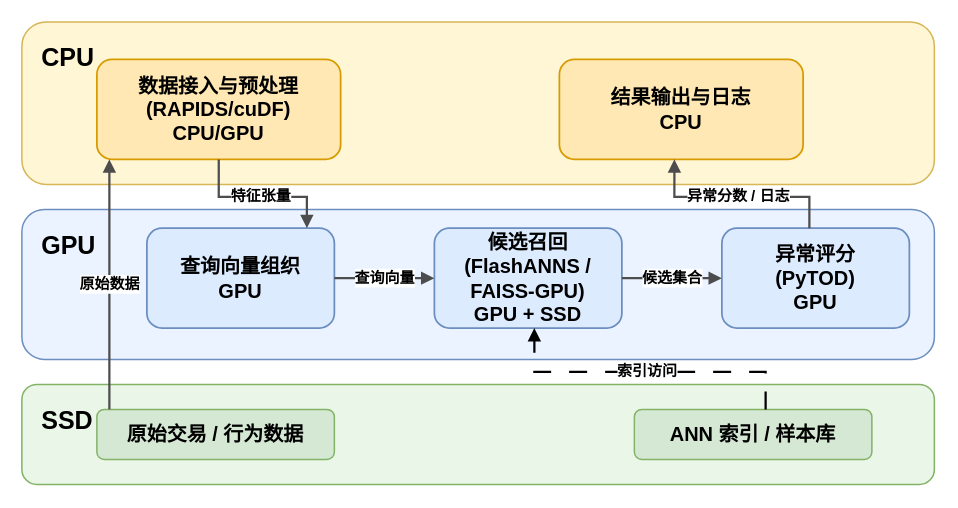
This is figures/fig4_1_single_gpu_system_architecture.drawio from HuangEven/latex-template, a draw.io file, before an edit. Source tidied: cells renumbered, new cells numbered last; positions are measured from the earlier drawing's top-left corner, leaving out a move shared by most shapes. Both pictures are drawn from the tidied source at 125%, with x=0, y=0 at pixel (21, 21).
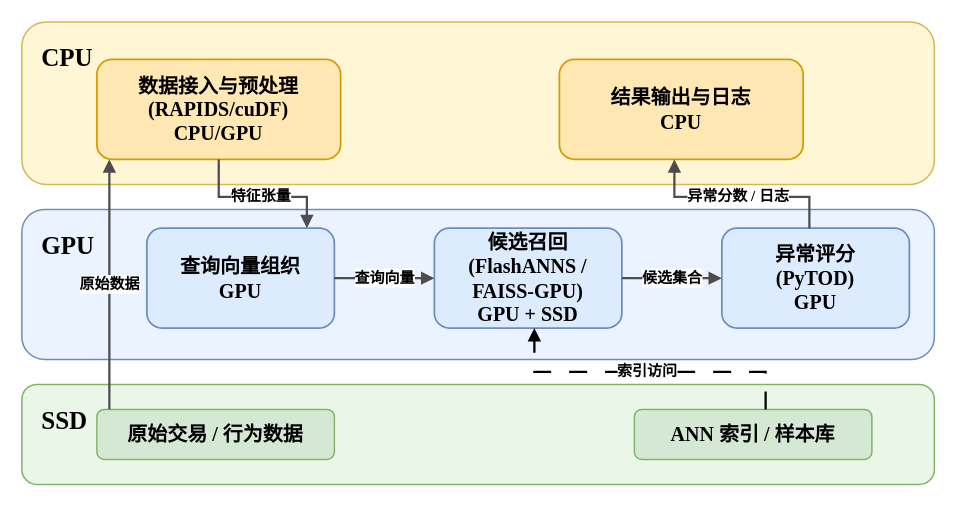
The same page after the edit.

What changed in the source:
```diff
@@
-    <mxCell id="2" value="CPU" style="rounded=1;whiteSpace=wrap;html=1;align=left;verticalAlign=top;spacingLeft=14;spacingTop=10;fontStyle=1;fontSize=20;fillColor=#FFF6D5;strokeColor=#D6B656;strokeWidth=1.2;fontFamily=Helvetica;fontColor=#000000;" parent="1" vertex="1">
+    <mxCell id="2" value="CPU" style="rounded=1;whiteSpace=wrap;html=1;align=left;verticalAlign=top;spacingLeft=14;spacingTop=10;fontStyle=1;fontSize=20;fillColor=#FFF6D5;strokeColor=#D6B656;strokeWidth=1.2;fontFamily=Times New Roman;fontColor=#000000;" parent="1" vertex="1">
       <mxGeometry width="730" height="130" as="geometry" />
     </mxCell>
-    <mxCell id="3" value="GPU" style="rounded=1;whiteSpace=wrap;html=1;align=left;verticalAlign=top;spacingLeft=14;spacingTop=10;fontStyle=1;fontSize=20;fillColor=#EAF3FF;strokeColor=#6C8EBF;strokeWidth=1.2;fontFamily=Helvetica;fontColor=#000000;" parent="1" vertex="1">
+    <mxCell id="3" value="GPU" style="rounded=1;whiteSpace=wrap;html=1;align=left;verticalAlign=top;spacingLeft=14;spacingTop=10;fontStyle=1;fontSize=20;fillColor=#EAF3FF;strokeColor=#6C8EBF;strokeWidth=1.2;fontFamily=Times New Roman;fontColor=#000000;" parent="1" vertex="1">
       <mxGeometry y="150" width="730" height="120" as="geometry" />
     </mxCell>
-    <mxCell id="4" value="SSD" style="rounded=1;whiteSpace=wrap;html=1;align=left;verticalAlign=top;spacingLeft=14;spacingTop=10;fontStyle=1;fontSize=20;fillColor=#EAF7E8;strokeColor=#82B366;strokeWidth=1.2;fontFamily=Helvetica;fontColor=#000000;" parent="1" vertex="1">
+    <mxCell id="4" value="SSD" style="rounded=1;whiteSpace=wrap;html=1;align=left;verticalAlign=top;spacingLeft=14;spacingTop=10;fontStyle=1;fontSize=20;fillColor=#EAF7E8;strokeColor=#82B366;strokeWidth=1.2;fontFamily=Times New Roman;fontColor=#000000;" parent="1" vertex="1">
       <mxGeometry y="290" width="730" height="80" as="geometry" />
     </mxCell>
-    <mxCell id="5" value="&lt;span&gt;数据接入与预处理&lt;/span&gt;&lt;br&gt;(RAPIDS/cuDF)&lt;br&gt;&lt;font&gt;CPU/GPU&lt;/font&gt;" style="rounded=1;whiteSpace=wrap;html=1;align=center;verticalAlign=middle;fontSize=16;fillColor=#FFE8B3;strokeColor=#D79B00;strokeWidth=1.4;fontFamily=Helvetica;rotation=0;fontColor=#000000;fontStyle=1;" parent="1" vertex="1">
+    <mxCell id="5" value="&lt;span&gt;数据接入与预处理&lt;/span&gt;&lt;br&gt;(RAPIDS/cuDF)&lt;br&gt;&lt;font&gt;CPU/GPU&lt;/font&gt;" style="rounded=1;whiteSpace=wrap;html=1;align=center;verticalAlign=middle;fontSize=16;fillColor=#FFE8B3;strokeColor=#D79B00;strokeWidth=1.4;fontFamily=Times New Roman;rotation=0;fontColor=#000000;fontStyle=1;" parent="1" vertex="1">
       <mxGeometry x="60" y="30" width="195" height="80" as="geometry" />
     </mxCell>
-    <mxCell id="6" value="&lt;span&gt;结果输出与日志&lt;/span&gt;&lt;br&gt;&lt;font&gt;CPU&lt;/font&gt;" style="rounded=1;whiteSpace=wrap;html=1;align=center;verticalAlign=middle;fontSize=16;fillColor=#FFE8B3;strokeColor=#D79B00;strokeWidth=1.4;fontFamily=Helvetica;rotation=0;fontColor=#000000;fontStyle=1;" parent="1" vertex="1">
+    <mxCell id="6" value="&lt;span&gt;结果输出与日志&lt;/span&gt;&lt;br&gt;&lt;font&gt;CPU&lt;/font&gt;" style="rounded=1;whiteSpace=wrap;html=1;align=center;verticalAlign=middle;fontSize=16;fillColor=#FFE8B3;strokeColor=#D79B00;strokeWidth=1.4;fontFamily=Times New Roman;rotation=0;fontColor=#000000;fontStyle=1;" parent="1" vertex="1">
       <mxGeometry x="430" y="30" width="195" height="80" as="geometry" />
     </mxCell>
-    <mxCell id="7" value="&lt;span&gt;查询向量组织&lt;/span&gt;&lt;br&gt;&lt;font&gt;GPU&lt;/font&gt;" style="rounded=1;whiteSpace=wrap;html=1;align=center;verticalAlign=middle;fontSize=16;fillColor=#DDEBFF;strokeColor=#6C8EBF;strokeWidth=1.4;fontFamily=Helvetica;fontColor=#000000;fontStyle=1;rotation=0;" parent="1" vertex="1">
+    <mxCell id="7" value="&lt;span&gt;查询向量组织&lt;/span&gt;&lt;br&gt;&lt;font&gt;GPU&lt;/font&gt;" style="rounded=1;whiteSpace=wrap;html=1;align=center;verticalAlign=middle;fontSize=16;fillColor=#DDEBFF;strokeColor=#6C8EBF;strokeWidth=1.4;fontFamily=Times New Roman;fontColor=#000000;fontStyle=1;rotation=0;" parent="1" vertex="1">
       <mxGeometry x="100" y="165" width="150" height="80" as="geometry" />
     </mxCell>
-    <mxCell id="8" value="&lt;span&gt;候选召回&lt;/span&gt;&lt;br&gt;(FlashANNS / FAISS-GPU)&lt;br&gt;&lt;font&gt;GPU + SSD&lt;/font&gt;" style="rounded=1;whiteSpace=wrap;html=1;align=center;verticalAlign=middle;fontSize=16;fillColor=#DDEBFF;strokeColor=#6C8EBF;strokeWidth=1.4;fontFamily=Helvetica;fontColor=#000000;fontStyle=1;rotation=0;" parent="1" vertex="1">
+    <mxCell id="8" value="&lt;span&gt;候选召回&lt;/span&gt;&lt;br&gt;(FlashANNS / FAISS-GPU)&lt;br&gt;&lt;font&gt;GPU + SSD&lt;/font&gt;" style="rounded=1;whiteSpace=wrap;html=1;align=center;verticalAlign=middle;fontSize=16;fillColor=#DDEBFF;strokeColor=#6C8EBF;strokeWidth=1.4;fontFamily=Times New Roman;fontColor=#000000;fontStyle=1;rotation=0;" parent="1" vertex="1">
       <mxGeometry x="330" y="165" width="150" height="80" as="geometry" />
     </mxCell>
-    <mxCell id="9" value="&lt;span&gt;异常评分&lt;/span&gt;&lt;br&gt;(PyTOD)&lt;br&gt;&lt;font&gt;GPU&lt;/font&gt;" style="rounded=1;whiteSpace=wrap;html=1;align=center;verticalAlign=middle;fontSize=16;fillColor=#DDEBFF;strokeColor=#6C8EBF;strokeWidth=1.4;fontFamily=Helvetica;fontColor=#000000;fontStyle=1;rotation=0;" parent="1" vertex="1">
+    <mxCell id="9" value="&lt;span&gt;异常评分&lt;/span&gt;&lt;br&gt;(PyTOD)&lt;br&gt;&lt;font&gt;GPU&lt;/font&gt;" style="rounded=1;whiteSpace=wrap;html=1;align=center;verticalAlign=middle;fontSize=16;fillColor=#DDEBFF;strokeColor=#6C8EBF;strokeWidth=1.4;fontFamily=Times New Roman;fontColor=#000000;fontStyle=1;rotation=0;" parent="1" vertex="1">
       <mxGeometry x="560" y="165" width="150" height="80" as="geometry" />
     </mxCell>
-    <mxCell id="10" value="原始交易 / 行为数据" style="rounded=1;whiteSpace=wrap;html=1;align=center;verticalAlign=middle;fontSize=16;fillColor=#D5E8D4;strokeColor=#82B366;strokeWidth=1.2;fontFamily=Helvetica;fontColor=#000000;fontStyle=1;" parent="1" vertex="1">
+    <mxCell id="10" value="原始交易 / 行为数据" style="rounded=1;whiteSpace=wrap;html=1;align=center;verticalAlign=middle;fontSize=16;fillColor=#D5E8D4;strokeColor=#82B366;strokeWidth=1.2;fontFamily=Times New Roman;fontColor=#000000;fontStyle=1;" parent="1" vertex="1">
       <mxGeometry x="60" y="310" width="190" height="40" as="geometry" />
     </mxCell>
-    <mxCell id="11" value="ANN 索引 / 样本库" style="rounded=1;whiteSpace=wrap;html=1;align=center;verticalAlign=middle;fontSize=16;fillColor=#D5E8D4;strokeColor=#82B366;strokeWidth=1.2;fontFamily=Helvetica;fontColor=#000000;fontStyle=1;" parent="1" vertex="1">
+    <mxCell id="11" value="ANN 索引 / 样本库" style="rounded=1;whiteSpace=wrap;html=1;align=center;verticalAlign=middle;fontSize=16;fillColor=#D5E8D4;strokeColor=#82B366;strokeWidth=1.2;fontFamily=Times New Roman;fontColor=#000000;fontStyle=1;" parent="1" vertex="1">
       <mxGeometry x="490" y="310" width="190" height="40" as="geometry" />
     </mxCell>
-    <mxCell id="12" value="原始数据" style="edgeStyle=orthogonalEdgeStyle;rounded=0;orthogonalLoop=1;jettySize=auto;html=1;strokeWidth=1.8;strokeColor=#4D4D4D;endArrow=block;endFill=1;labelBackgroundColor=#FFFFFF;fontSize=12;fontFamily=Helvetica;fontColor=#000000;fontStyle=1;" parent="1" edge="1">
+    <mxCell id="12" value="原始数据" style="edgeStyle=orthogonalEdgeStyle;rounded=0;orthogonalLoop=1;jettySize=auto;html=1;strokeWidth=1.8;strokeColor=#4D4D4D;endArrow=block;endFill=1;labelBackgroundColor=#FFFFFF;fontSize=12;fontFamily=Times New Roman;fontColor=#000000;fontStyle=1;" parent="1" edge="1">
       <mxGeometry relative="1" as="geometry">
         <mxPoint x="70" y="310" as="sourcePoint" />
         <mxPoint x="70" y="110" as="targetPoint" />
         <Array as="points">
           <mxPoint x="70" y="220" />
           <mxPoint x="70" y="220" />
         </Array>
       </mxGeometry>
     </mxCell>
-    <mxCell id="13" value="特征张量" style="edgeStyle=orthogonalEdgeStyle;rounded=0;jettySize=auto;html=1;strokeWidth=1.8;strokeColor=#4D4D4D;endArrow=block;endFill=1;labelBackgroundColor=#FFFFFF;fontSize=12;fontFamily=Helvetica;fontColor=#000000;fontStyle=1;" parent="1" edge="1" source="5" target="7">
+    <mxCell id="13" value="特征张量" style="edgeStyle=orthogonalEdgeStyle;rounded=0;jettySize=auto;html=1;strokeWidth=1.8;strokeColor=#4D4D4D;endArrow=block;endFill=1;labelBackgroundColor=#FFFFFF;fontSize=12;fontFamily=Times New Roman;fontColor=#000000;fontStyle=1;" parent="1" edge="1" source="5" target="7">
       <mxGeometry relative="1" as="geometry">
         <Array as="points">
           <mxPoint x="158" y="140" />
           <mxPoint x="228" y="140" />
         </Array>
       </mxGeometry>
     </mxCell>
-    <mxCell id="14" value="查询向量" style="edgeStyle=orthogonalEdgeStyle;rounded=0;jettySize=auto;html=1;strokeWidth=1.8;strokeColor=#4D4D4D;endArrow=block;endFill=1;labelBackgroundColor=#FFFFFF;fontSize=12;fontFamily=Helvetica;fontColor=#000000;fontStyle=1;" parent="1" edge="1" source="7" target="8">
+    <mxCell id="14" value="查询向量" style="edgeStyle=orthogonalEdgeStyle;rounded=0;jettySize=auto;html=1;strokeWidth=1.8;strokeColor=#4D4D4D;endArrow=block;endFill=1;labelBackgroundColor=#FFFFFF;fontSize=12;fontFamily=Times New Roman;fontColor=#000000;fontStyle=1;" parent="1" edge="1" source="7" target="8">
       <mxGeometry relative="1" as="geometry" />
     </mxCell>
-    <mxCell id="15" value="索引访问" style="edgeStyle=orthogonalEdgeStyle;rounded=0;jettySize=auto;html=1;strokeWidth=1.8;strokeColor=#000000;dashed=1;dashPattern=8 8;endArrow=block;endFill=1;labelBackgroundColor=#FFFFFF;fontSize=12;fontFamily=Helvetica;fontColor=#000000;fontStyle=1;" parent="1" edge="1" source="11" target="8">
+    <mxCell id="15" value="索引访问" style="edgeStyle=orthogonalEdgeStyle;rounded=0;jettySize=auto;html=1;strokeWidth=1.8;strokeColor=#000000;dashed=1;dashPattern=8 8;endArrow=block;endFill=1;labelBackgroundColor=#FFFFFF;fontSize=12;fontFamily=Times New Roman;fontColor=#000000;fontStyle=1;" parent="1" edge="1" source="11" target="8">
       <mxGeometry relative="1" as="geometry">
         <Array as="points">
           <mxPoint x="595" y="280" />
           <mxPoint x="410" y="280" />
         </Array>
       </mxGeometry>
     </mxCell>
-    <mxCell id="16" value="候选集合" style="edgeStyle=orthogonalEdgeStyle;rounded=0;jettySize=auto;html=1;strokeWidth=1.8;strokeColor=#4D4D4D;endArrow=block;endFill=1;labelBackgroundColor=#FFFFFF;fontSize=12;fontFamily=Helvetica;fontColor=#000000;fontStyle=1;" parent="1" edge="1" source="8" target="9">
+    <mxCell id="16" value="候选集合" style="edgeStyle=orthogonalEdgeStyle;rounded=0;jettySize=auto;html=1;strokeWidth=1.8;strokeColor=#4D4D4D;endArrow=block;endFill=1;labelBackgroundColor=#FFFFFF;fontSize=12;fontFamily=Times New Roman;fontColor=#000000;fontStyle=1;" parent="1" edge="1" source="8" target="9">
       <mxGeometry x="0.01" relative="1" as="geometry" />
     </mxCell>
-    <mxCell id="17" value="异常分数 / 日志" style="edgeStyle=orthogonalEdgeStyle;rounded=0;jettySize=auto;html=1;strokeWidth=1.8;strokeColor=#4D4D4D;endArrow=block;endFill=1;labelBackgroundColor=#FFFFFF;fontSize=12;fontFamily=Helvetica;fontColor=#000000;fontStyle=1;entryX=0.472;entryY=1;entryDx=0;entryDy=0;entryPerimeter=0;" parent="1" edge="1" source="9" target="6">
+    <mxCell id="17" value="异常分数 / 日志" style="edgeStyle=orthogonalEdgeStyle;rounded=0;jettySize=auto;html=1;strokeWidth=1.8;strokeColor=#4D4D4D;endArrow=block;endFill=1;labelBackgroundColor=#FFFFFF;fontSize=12;fontFamily=Times New Roman;fontColor=#000000;fontStyle=1;entryX=0.472;entryY=1;entryDx=0;entryDy=0;entryPerimeter=0;" parent="1" edge="1" source="9" target="6">
       <mxGeometry relative="1" as="geometry">
         <Array as="points">
           <mxPoint x="630" y="140" />
           <mxPoint x="522" y="140" />
         </Array>
       </mxGeometry>
     </mxCell>
```
